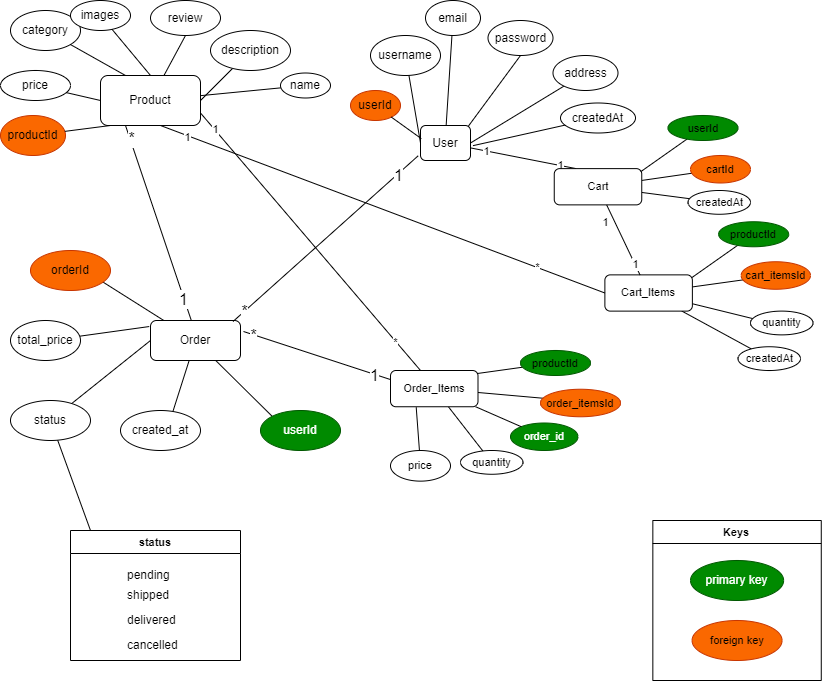
This is database-design.png from Imadjaha/e-commerce, a draw.io export, as it was before one commit. Source tidied: cells renumbered, new cells last; positions are measured from the earlier drawing's top-left corner, leaving out a move shared by most shapes.
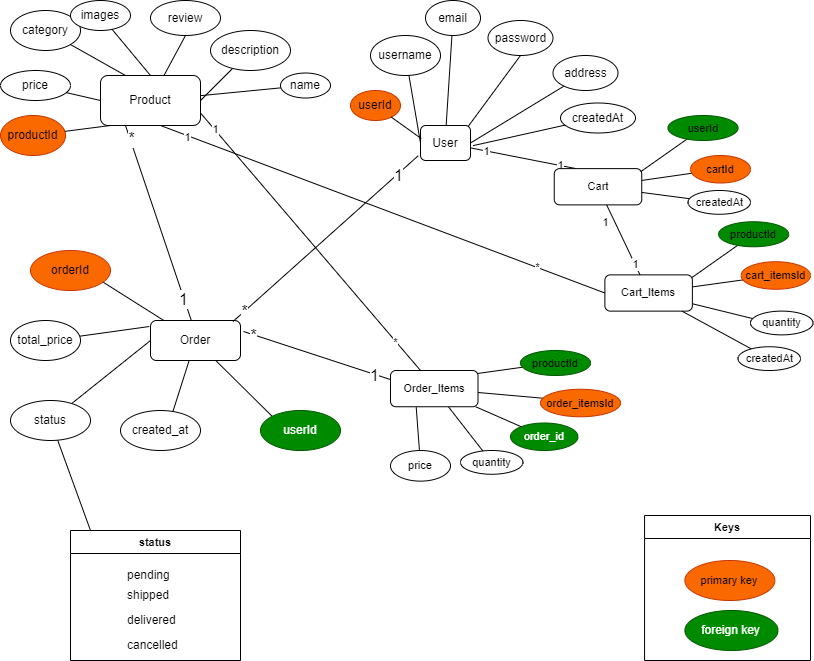
The same diagram one commit later.

Diff of the diagram source:
```diff
@@ -324,17 +324,17 @@
     <mxCell id="99" value="1" style="edgeLabel;html=1;align=center;verticalAlign=middle;fontFamily=Helvetica;fontSize=11;fontColor=default;labelBackgroundColor=default;" parent="97" vertex="1">
       <mxGeometry x="-0.88" y="-1" relative="1" as="geometry" />
     </mxCell>
-    <mxCell id="100" value="primary key" style="ellipse;whiteSpace=wrap;html=1;fillColor=#008a00;fontColor=#ffffff;strokeColor=#005700;" parent="1" vertex="1">
-      <mxGeometry x="690" y="560" width="93.1" height="40" as="geometry" />
+    <mxCell id="100" value="foreign key" style="ellipse;whiteSpace=wrap;html=1;fillColor=#008a00;fontColor=#ffffff;strokeColor=#005700;" parent="1" vertex="1">
+      <mxGeometry x="684.4" y="610" width="93.1" height="40" as="geometry" />
     </mxCell>
-    <mxCell id="101" value="foreign key" style="ellipse;whiteSpace=wrap;html=1;fontFamily=Helvetica;fontSize=11;fontColor=#000000;labelBackgroundColor=none;fillColor=#fa6800;strokeColor=#C73500;" parent="1" vertex="1">
-      <mxGeometry x="691.6" y="620" width="90" height="40" as="geometry" />
+    <mxCell id="101" value="primary key" style="ellipse;whiteSpace=wrap;html=1;fontFamily=Helvetica;fontSize=11;fontColor=#000000;labelBackgroundColor=none;fillColor=#fa6800;strokeColor=#C73500;" parent="1" vertex="1">
+      <mxGeometry x="684.4" y="560" width="90" height="40" as="geometry" />
     </mxCell>
     <mxCell id="102" value="Keys" style="swimlane;whiteSpace=wrap;html=1;fontFamily=Helvetica;fontSize=11;fontColor=default;labelBackgroundColor=default;" parent="1" vertex="1">
-      <mxGeometry x="652.3" y="520" width="168.4" height="160" as="geometry" />
+      <mxGeometry x="644.1" y="515" width="165.9" height="145" as="geometry" />
     </mxCell>
     <mxCell id="103" style="shape=table;startSize=0;fontSize=11;fillColor=none;strokeColor=none;fontFamily=Helvetica;fontColor=default;labelBackgroundColor=default;" parent="102" vertex="1">
-      <mxGeometry x="50" y="35" width="60" height="90" as="geometry" />
+      <mxGeometry x="50" y="35" width="60" height="95" as="geometry" />
     </mxCell>
     <mxCell id="104" style="shape=tableRow;horizontal=0;startSize=0;swimlaneHead=0;swimlaneBody=0;strokeColor=inherit;top=0;left=0;bottom=0;right=0;fillColor=none;fontSize=16;fontFamily=Helvetica;fontColor=default;labelBackgroundColor=default;" parent="103" vertex="1">
       <mxGeometry width="60" height="25" as="geometry" />
@@ -355,10 +355,10 @@
       <mxGeometry width="60" height="30" as="geometry" />
     </mxCell>
     <mxCell id="110" style="shape=tableRow;horizontal=0;startSize=0;swimlaneHead=0;swimlaneBody=0;strokeColor=inherit;top=0;left=0;bottom=0;right=0;fillColor=none;fontSize=16;fontFamily=Helvetica;fontColor=default;labelBackgroundColor=default;" parent="103" vertex="1">
-      <mxGeometry y="75" width="60" height="15" as="geometry" />
+      <mxGeometry y="75" width="60" height="20" as="geometry" />
     </mxCell>
     <mxCell id="111" style="shape=partialRectangle;html=1;whiteSpace=wrap;strokeColor=inherit;overflow=hidden;fillColor=none;top=0;left=0;bottom=0;right=0;fontSize=12;align=left;spacingLeft=5;fontFamily=Helvetica;fontColor=default;labelBackgroundColor=default;" parent="110" vertex="1">
-      <mxGeometry width="60" height="15" as="geometry" />
+      <mxGeometry width="60" height="20" as="geometry" />
     </mxCell>
   </root>
 </mxGraphModel>
```
